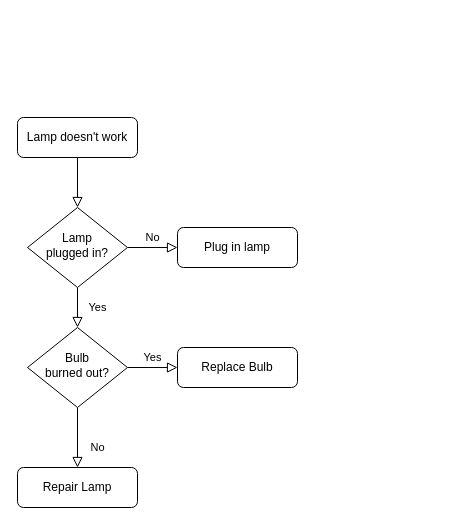
The draw.io diagram 未命名绘图.drawio in Gxch2018/RDMA-Tutorial, before the edit. Source tidied: cells renumbered, new cells numbered last; positions are measured from the earlier drawing's top-left corner, leaving out a move shared by most shapes. Both pictures are drawn from the tidied source at 100%, with x=0, y=0 at pixel (17, 117).
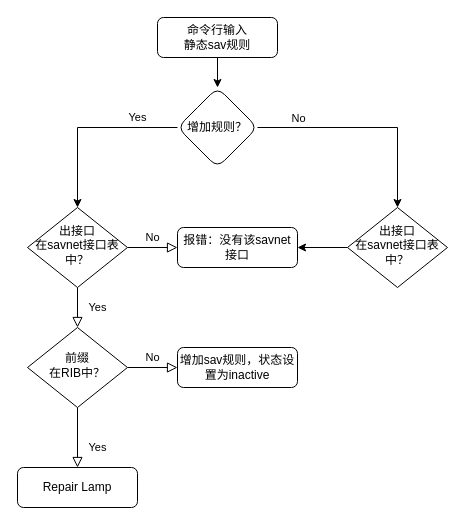
The same diagram, later.

Commit message:
更新未命名绘图.drawio

Change to the diagram source:
```diff
@@
 <mxGraphModel>
   <root>
     <mxCell id="0" />
     <mxCell id="1" parent="0" />
-    <mxCell id="2" style="rounded=0;html=1;jettySize=auto;fontSize=11;endArrow=block;endFill=0;endSize=8;strokeWidth=1;shadow=0;labelBackgroundColor=none;edgeStyle=orthogonalEdgeStyle;" parent="1" edge="1" source="3" target="6">
-      <mxGeometry relative="1" as="geometry" />
-    </mxCell>
+    <mxCell id="13" style="edgeStyle=orthogonalEdgeStyle;rounded=0;jettySize=auto;html=1;" parent="1" edge="1" source="3" target="17">
+      <mxGeometry relative="1" as="geometry" />
+    </mxCell>
-    <mxCell id="3" value="Lamp doesn't work" style="rounded=1;whiteSpace=wrap;html=1;fontSize=12;glass=0;strokeWidth=1;shadow=0;" parent="1" vertex="1">
-      <mxGeometry width="120" height="40" as="geometry" />
+    <mxCell id="3" value="命令行输入&lt;br&gt;静态sav规则" style="rounded=1;whiteSpace=wrap;html=1;fontSize=12;glass=0;strokeWidth=1;shadow=0;" parent="1" vertex="1">
+      <mxGeometry x="140" y="-100" width="120" height="40" as="geometry" />
     </mxCell>
     <mxCell id="4" value="Yes" style="rounded=0;html=1;jettySize=auto;fontSize=11;endArrow=block;endFill=0;endSize=8;strokeWidth=1;shadow=0;labelBackgroundColor=none;edgeStyle=orthogonalEdgeStyle;" parent="1" edge="1" source="6" target="10">
       <mxGeometry y="20" relative="1" as="geometry" />
     </mxCell>
     <mxCell id="5" value="No" style="edgeStyle=orthogonalEdgeStyle;rounded=0;html=1;jettySize=auto;fontSize=11;endArrow=block;endFill=0;endSize=8;strokeWidth=1;shadow=0;labelBackgroundColor=none;" parent="1" edge="1" source="6" target="7">
       <mxGeometry y="10" relative="1" as="geometry" />
     </mxCell>
-    <mxCell id="6" value="Lamp&lt;br&gt;plugged in?" style="rhombus;whiteSpace=wrap;html=1;shadow=0;fontFamily=Helvetica;fontSize=12;align=center;strokeWidth=1;spacing=6;spacingTop=-4;" parent="1" vertex="1">
+    <mxCell id="6" value="出接口&lt;br&gt;在savnet接口表中？" style="rhombus;whiteSpace=wrap;html=1;shadow=0;fontFamily=Helvetica;fontSize=12;align=center;strokeWidth=1;spacing=6;spacingTop=-4;" parent="1" vertex="1">
       <mxGeometry x="10" y="90" width="100" height="80" as="geometry" />
     </mxCell>
-    <mxCell id="7" value="Plug in lamp" style="rounded=1;whiteSpace=wrap;html=1;fontSize=12;glass=0;strokeWidth=1;shadow=0;" parent="1" vertex="1">
+    <mxCell id="7" value="报错：没有该savnet接口" style="rounded=1;whiteSpace=wrap;html=1;fontSize=12;glass=0;strokeWidth=1;shadow=0;" parent="1" vertex="1">
       <mxGeometry x="160" y="110" width="120" height="40" as="geometry" />
     </mxCell>
-    <mxCell id="8" value="No" style="rounded=0;html=1;jettySize=auto;fontSize=11;endArrow=block;endFill=0;endSize=8;strokeWidth=1;shadow=0;labelBackgroundColor=none;edgeStyle=orthogonalEdgeStyle;" parent="1" edge="1" source="10" target="11">
+    <mxCell id="8" value="Yes" style="rounded=0;html=1;jettySize=auto;fontSize=11;endArrow=block;endFill=0;endSize=8;strokeWidth=1;shadow=0;labelBackgroundColor=none;edgeStyle=orthogonalEdgeStyle;" parent="1" edge="1" source="10" target="11">
       <mxGeometry x="0.33" y="20" relative="1" as="geometry" />
     </mxCell>
-    <mxCell id="9" value="Yes" style="edgeStyle=orthogonalEdgeStyle;rounded=0;html=1;jettySize=auto;fontSize=11;endArrow=block;endFill=0;endSize=8;strokeWidth=1;shadow=0;labelBackgroundColor=none;" parent="1" edge="1" source="10" target="12">
+    <mxCell id="9" value="No" style="edgeStyle=orthogonalEdgeStyle;rounded=0;html=1;jettySize=auto;fontSize=11;endArrow=block;endFill=0;endSize=8;strokeWidth=1;shadow=0;labelBackgroundColor=none;" parent="1" edge="1" source="10" target="12">
       <mxGeometry y="10" relative="1" as="geometry" />
     </mxCell>
-    <mxCell id="10" value="Bulb&lt;br&gt;burned out?" style="rhombus;whiteSpace=wrap;html=1;shadow=0;fontFamily=Helvetica;fontSize=12;align=center;strokeWidth=1;spacing=6;spacingTop=-4;" parent="1" vertex="1">
+    <mxCell id="10" value="前缀&lt;br&gt;在RIB中？" style="rhombus;whiteSpace=wrap;html=1;shadow=0;fontFamily=Helvetica;fontSize=12;align=center;strokeWidth=1;spacing=6;spacingTop=-4;" parent="1" vertex="1">
       <mxGeometry x="10" y="210" width="100" height="80" as="geometry" />
     </mxCell>
     <mxCell id="11" value="Repair Lamp" style="rounded=1;whiteSpace=wrap;html=1;fontSize=12;glass=0;strokeWidth=1;shadow=0;" parent="1" vertex="1">
       <mxGeometry y="350" width="120" height="40" as="geometry" />
     </mxCell>
-    <mxCell id="12" value="Replace Bulb" style="rounded=1;whiteSpace=wrap;html=1;fontSize=12;glass=0;strokeWidth=1;shadow=0;" parent="1" vertex="1">
+    <mxCell id="12" value="增加sav规则，状态设置为inactive" style="rounded=1;whiteSpace=wrap;html=1;fontSize=12;glass=0;strokeWidth=1;shadow=0;" parent="1" vertex="1">
       <mxGeometry x="160" y="230" width="120" height="40" as="geometry" />
     </mxCell>
+    <mxCell id="14" value="Yes" style="edgeStyle=orthogonalEdgeStyle;rounded=0;jettySize=auto;html=1;entryX=0.5;entryY=0;entryDx=0;entryDy=0;" parent="1" edge="1" source="17" target="6">
+      <mxGeometry x="-0.56" y="-10" relative="1" as="geometry" />
+    </mxCell>
+    <mxCell id="15" style="edgeStyle=orthogonalEdgeStyle;rounded=0;jettySize=auto;html=1;entryX=0.5;entryY=0;entryDx=0;entryDy=0;" parent="1" edge="1" source="17" target="19">
+      <mxGeometry relative="1" as="geometry" />
+    </mxCell>
+    <mxCell id="16" value="No" style="edgeLabel;html=1;align=center;verticalAlign=middle;" parent="15" vertex="1">
+      <mxGeometry x="-0.04" y="1" relative="1" as="geometry">
+        <mxPoint x="-66" y="-9" as="offset" />
+      </mxGeometry>
+    </mxCell>
+    <mxCell id="17" value="增加规则？" style="rhombus;whiteSpace=wrap;html=1;rounded=1;glass=0;strokeWidth=1;shadow=0;" parent="1" vertex="1">
+      <mxGeometry x="160" y="-30" width="80" height="80" as="geometry" />
+    </mxCell>
+    <mxCell id="18" style="edgeStyle=orthogonalEdgeStyle;rounded=0;jettySize=auto;html=1;" parent="1" edge="1" source="19" target="7">
+      <mxGeometry relative="1" as="geometry" />
+    </mxCell>
+    <mxCell id="19" value="出接口&lt;br&gt;在savnet接口表中？" style="rhombus;whiteSpace=wrap;html=1;shadow=0;fontFamily=Helvetica;fontSize=12;align=center;strokeWidth=1;spacing=6;spacingTop=-4;" parent="1" vertex="1">
+      <mxGeometry x="330" y="90" width="100" height="80" as="geometry" />
+    </mxCell>
   </root>
 </mxGraphModel>
```
